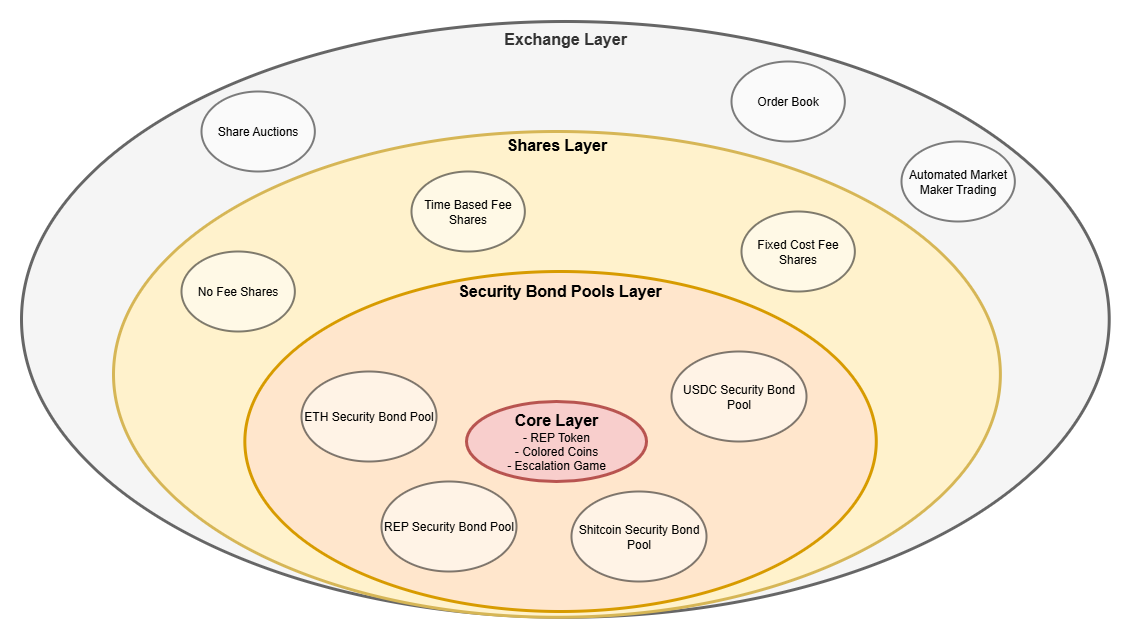
Before: second_draft_whitepaper/images/layers.png, a diagram exported from draw.io (AugurProject/oracle-research). Source tidied: cells renumbered, new cells last; positions are measured from the earlier drawing's top-left corner, leaving out a move shared by most shapes.
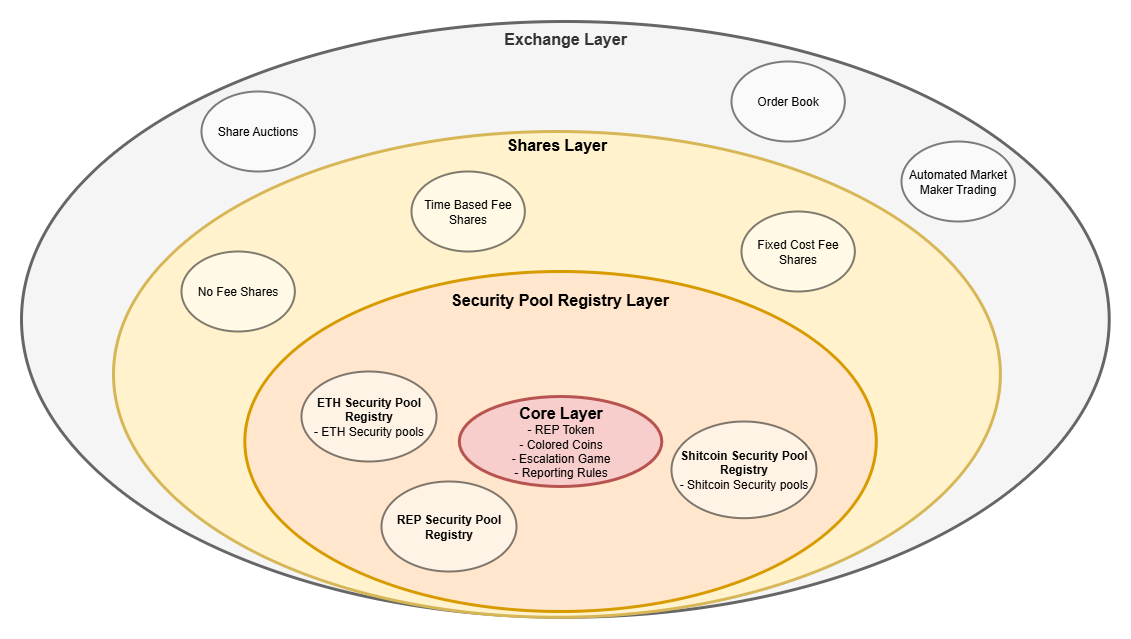
After the commit.

The edit, as a diff of the source:
```diff
@@ -8,15 +8,12 @@
     <mxCell id="3" value="&lt;b&gt;&lt;font style=&quot;font-size: 16px;&quot;&gt;Shares Layer&lt;/font&gt;&lt;/b&gt;&lt;div&gt;&lt;br&gt;&lt;/div&gt;&lt;div&gt;&lt;br&gt;&lt;/div&gt;&lt;div&gt;&lt;br&gt;&lt;/div&gt;&lt;div&gt;&lt;br&gt;&lt;/div&gt;&lt;div&gt;&lt;br&gt;&lt;/div&gt;&lt;div&gt;&lt;br&gt;&lt;/div&gt;&lt;div&gt;&lt;br&gt;&lt;/div&gt;&lt;div&gt;&lt;br&gt;&lt;/div&gt;&lt;div&gt;&lt;br&gt;&lt;/div&gt;&lt;div&gt;&lt;br&gt;&lt;/div&gt;&lt;div&gt;&lt;br&gt;&lt;/div&gt;&lt;div&gt;&lt;br&gt;&lt;/div&gt;&lt;div&gt;&lt;br&gt;&lt;/div&gt;&lt;div&gt;&lt;br&gt;&lt;/div&gt;&lt;div&gt;&lt;br&gt;&lt;/div&gt;&lt;div&gt;&lt;br&gt;&lt;/div&gt;&lt;div&gt;&amp;nbsp; &amp;nbsp; &amp;nbsp; &amp;nbsp; &amp;nbsp;&lt;/div&gt;&lt;div&gt;&lt;br&gt;&lt;/div&gt;&lt;div&gt;&lt;br&gt;&lt;/div&gt;&lt;div&gt;&lt;br&gt;&lt;/div&gt;&lt;div&gt;&lt;br&gt;&lt;/div&gt;&lt;div&gt;&lt;br&gt;&lt;/div&gt;&lt;div&gt;&lt;br&gt;&lt;/div&gt;&lt;div&gt;&lt;br&gt;&lt;/div&gt;&lt;div&gt;&lt;br&gt;&lt;/div&gt;&lt;div&gt;&lt;br&gt;&lt;/div&gt;&lt;div&gt;&lt;br&gt;&lt;/div&gt;&lt;div&gt;&lt;br&gt;&lt;/div&gt;&lt;div&gt;&lt;br&gt;&lt;/div&gt;&lt;div&gt;&lt;br&gt;&lt;/div&gt;&lt;div&gt;&lt;br&gt;&lt;/div&gt;&lt;div&gt;&lt;br&gt;&lt;/div&gt;" style="ellipse;whiteSpace=wrap;html=1;fillColor=#fff2cc;strokeColor=#d6b656;strokeWidth=3;" parent="1" vertex="1">
       <mxGeometry x="92" y="110" width="886.9" height="485.8" as="geometry" />
     </mxCell>
-    <mxCell id="4" value="&lt;b&gt;&lt;font style=&quot;font-size: 16px;&quot;&gt;Security Bond Pools Layer&lt;/font&gt;&lt;/b&gt;&lt;div&gt;&lt;br&gt;&lt;/div&gt;&lt;div&gt;&lt;br&gt;&lt;/div&gt;&lt;div&gt;&lt;br&gt;&lt;/div&gt;&lt;div&gt;&lt;br&gt;&lt;/div&gt;&lt;div&gt;&lt;br&gt;&lt;/div&gt;&lt;div&gt;&lt;br&gt;&lt;/div&gt;&lt;div&gt;&lt;br&gt;&lt;/div&gt;&lt;div&gt;&lt;br&gt;&lt;/div&gt;&lt;div&gt;&lt;br&gt;&lt;/div&gt;&lt;div&gt;&lt;br&gt;&lt;/div&gt;&lt;div&gt;&lt;br&gt;&lt;/div&gt;&lt;div&gt;&amp;nbsp; &amp;nbsp; &amp;nbsp; &amp;nbsp; &amp;nbsp;&lt;/div&gt;&lt;div&gt;&lt;br&gt;&lt;/div&gt;&lt;div&gt;&lt;br&gt;&lt;/div&gt;&lt;div&gt;&lt;br&gt;&lt;/div&gt;&lt;div&gt;&lt;br&gt;&lt;/div&gt;&lt;div&gt;&lt;br&gt;&lt;/div&gt;&lt;div&gt;&lt;br&gt;&lt;/div&gt;&lt;div&gt;&lt;br&gt;&lt;/div&gt;&lt;div&gt;&lt;br&gt;&lt;/div&gt;&lt;div&gt;&lt;br&gt;&lt;/div&gt;" style="ellipse;whiteSpace=wrap;html=1;fillColor=#ffe6cc;strokeColor=#d79b00;strokeWidth=3;" parent="1" vertex="1">
+    <mxCell id="4" value="&lt;b&gt;&lt;font style=&quot;font-size: 16px;&quot;&gt;&lt;br&gt;Security Pool Registry Layer&lt;/font&gt;&lt;/b&gt;&lt;div&gt;&lt;br&gt;&lt;/div&gt;&lt;div&gt;&lt;br&gt;&lt;/div&gt;&lt;div&gt;&lt;br&gt;&lt;/div&gt;&lt;div&gt;&lt;br&gt;&lt;/div&gt;&lt;div&gt;&lt;br&gt;&lt;/div&gt;&lt;div&gt;&lt;br&gt;&lt;/div&gt;&lt;div&gt;&lt;br&gt;&lt;/div&gt;&lt;div&gt;&lt;br&gt;&lt;/div&gt;&lt;div&gt;&lt;br&gt;&lt;/div&gt;&lt;div&gt;&lt;br&gt;&lt;/div&gt;&lt;div&gt;&lt;br&gt;&lt;/div&gt;&lt;div&gt;&amp;nbsp; &amp;nbsp; &amp;nbsp; &amp;nbsp; &amp;nbsp;&lt;/div&gt;&lt;div&gt;&lt;br&gt;&lt;/div&gt;&lt;div&gt;&lt;br&gt;&lt;/div&gt;&lt;div&gt;&lt;br&gt;&lt;/div&gt;&lt;div&gt;&lt;br&gt;&lt;/div&gt;&lt;div&gt;&lt;br&gt;&lt;/div&gt;&lt;div&gt;&lt;br&gt;&lt;/div&gt;&lt;div&gt;&lt;br&gt;&lt;/div&gt;&lt;div&gt;&lt;br&gt;&lt;/div&gt;&lt;div&gt;&lt;br&gt;&lt;/div&gt;" style="ellipse;whiteSpace=wrap;html=1;fillColor=#ffe6cc;strokeColor=#d79b00;strokeWidth=3;" parent="1" vertex="1">
       <mxGeometry x="223.3" y="250" width="631.4" height="340" as="geometry" />
     </mxCell>
-    <mxCell id="5" value="&lt;b&gt;&lt;font style=&quot;font-size: 16px;&quot;&gt;Core Layer&lt;/font&gt;&lt;/b&gt;&lt;div&gt;&lt;font style=&quot;&quot;&gt;- REP Token&lt;/font&gt;&lt;br&gt;&lt;div&gt;- Colored Coins&lt;br&gt;- Escalation Game&lt;/div&gt;&lt;/div&gt;" style="ellipse;whiteSpace=wrap;html=1;fillColor=#f8cecc;strokeColor=#b85450;strokeWidth=3;" parent="1" vertex="1">
-      <mxGeometry x="445" y="380" width="180" height="80" as="geometry" />
+    <mxCell id="5" value="&lt;b&gt;&lt;font style=&quot;font-size: 16px;&quot;&gt;Core Layer&lt;/font&gt;&lt;/b&gt;&lt;div&gt;&lt;font style=&quot;&quot;&gt;- REP Token&lt;/font&gt;&lt;br&gt;&lt;div&gt;- Colored Coins&lt;br&gt;- Escalation Game&lt;/div&gt;&lt;/div&gt;&lt;div&gt;- Reporting Rules&lt;/div&gt;" style="ellipse;whiteSpace=wrap;html=1;fillColor=#f8cecc;strokeColor=#b85450;strokeWidth=3;" parent="1" vertex="1">
+      <mxGeometry x="437.8" y="375" width="202.5" height="90" as="geometry" />
     </mxCell>
-    <mxCell id="6" value="USDC Security Bond Pool" style="ellipse;whiteSpace=wrap;html=1;gradientColor=none;shadow=0;opacity=50;fillColor=default;perimeterSpacing=1;strokeWidth=2;fillStyle=auto;" parent="1" vertex="1">
-      <mxGeometry x="650" y="330" width="135" height="90" as="geometry" />
-    </mxCell>
     <mxCell id="7" value="No Fee Shares" style="ellipse;whiteSpace=wrap;html=1;shadow=0;opacity=50;fillColor=default;perimeterSpacing=1;strokeWidth=2;fillStyle=auto;gradientColor=none;" parent="1" vertex="1">
       <mxGeometry x="160" y="230" width="113.3" height="80" as="geometry" />
     </mxCell>
@@ -35,13 +32,13 @@
     <mxCell id="12" value="Share Auctions" style="ellipse;whiteSpace=wrap;html=1;shadow=0;opacity=50;fillColor=default;perimeterSpacing=1;strokeWidth=2;fillStyle=auto;gradientColor=none;" parent="1" vertex="1">
       <mxGeometry x="180" y="70" width="113.3" height="80" as="geometry" />
     </mxCell>
-    <mxCell id="13" value="ETH Security Bond Pool" style="ellipse;whiteSpace=wrap;html=1;shadow=0;opacity=50;fillColor=default;perimeterSpacing=1;strokeWidth=2;fillStyle=auto;gradientColor=none;" parent="1" vertex="1">
+    <mxCell id="13" value="&lt;b&gt;ETH Security Pool Registry&lt;/b&gt;&lt;div&gt;- ETH Security pools&lt;/div&gt;" style="ellipse;whiteSpace=wrap;html=1;shadow=0;opacity=50;fillColor=default;perimeterSpacing=1;strokeWidth=2;fillStyle=auto;gradientColor=none;" parent="1" vertex="1">
       <mxGeometry x="280" y="350" width="135" height="90" as="geometry" />
     </mxCell>
-    <mxCell id="14" value="Shitcoin Security Bond Pool" style="ellipse;whiteSpace=wrap;html=1;shadow=0;opacity=50;fillColor=default;perimeterSpacing=1;strokeWidth=2;fillStyle=auto;gradientColor=none;" parent="1" vertex="1">
-      <mxGeometry x="550" y="470" width="135" height="90" as="geometry" />
+    <mxCell id="14" value="&lt;b&gt;Shitcoin Security Pool Registry&lt;/b&gt;&lt;div&gt;- Shitcoin Security pools&lt;/div&gt;" style="ellipse;whiteSpace=wrap;html=1;shadow=0;opacity=50;fillColor=default;perimeterSpacing=1;strokeWidth=2;fillStyle=auto;gradientColor=none;" parent="1" vertex="1">
+      <mxGeometry x="650" y="400" width="145" height="96.7" as="geometry" />
     </mxCell>
-    <mxCell id="15" value="REP Security Bond Pool" style="ellipse;whiteSpace=wrap;html=1;gradientColor=none;shadow=0;opacity=50;fillColor=default;perimeterSpacing=1;strokeWidth=2;fillStyle=auto;" parent="1" vertex="1">
+    <mxCell id="15" value="&lt;b&gt;REP Security Pool Registry&lt;br&gt;&lt;/b&gt;" style="ellipse;whiteSpace=wrap;html=1;gradientColor=none;shadow=0;opacity=50;fillColor=default;perimeterSpacing=1;strokeWidth=2;fillStyle=auto;" parent="1" vertex="1">
       <mxGeometry x="360" y="460" width="135" height="90" as="geometry" />
     </mxCell>
   </root>
```
